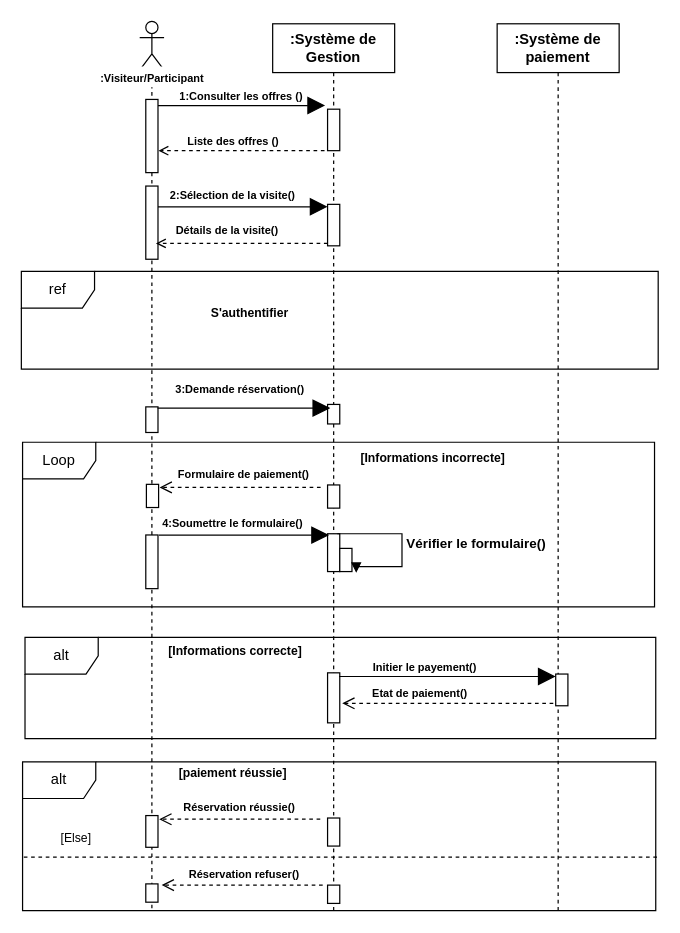
Above: Diagramme sans nom.drawio in louis-fresnel99/TpGasaL1 (draw.io), before the change. Source tidied: cells renumbered, new cells numbered last; positions are measured from the earlier drawing's top-left corner, leaving out a move shared by most shapes. Both pictures are drawn from the tidied source at 122%, with x=0, y=0 at pixel (21, 21).
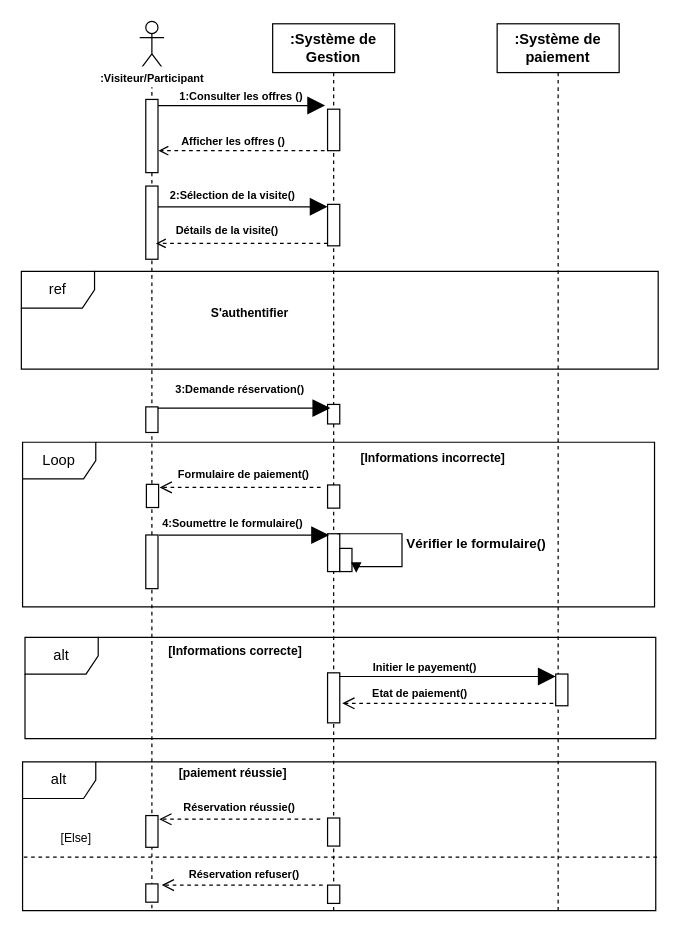
The same diagram, later.

Commit message:
Mettre à jour Diagramme sans nom.drawio

Diff of the diagram source:
```diff
@@
-    <mxCell id="23" value="&lt;font style=&quot;color: light-dark(rgb(0, 0, 0), rgb(0, 0, 0)); font-size: 9px;&quot;&gt;&lt;b style=&quot;&quot;&gt;Liste des offres ()&lt;/b&gt;&lt;/font&gt;" style="text;html=1;align=center;verticalAlign=middle;whiteSpace=wrap;rounded=0;" parent="1" vertex="1">
+    <mxCell id="23" value="&lt;font style=&quot;color: light-dark(rgb(0, 0, 0), rgb(0, 0, 0)); font-size: 9px;&quot;&gt;&lt;b style=&quot;&quot;&gt;Afficher les offres ()&lt;/b&gt;&lt;/font&gt;" style="text;html=1;align=center;verticalAlign=middle;whiteSpace=wrap;rounded=0;" parent="1" vertex="1">
       <mxGeometry x="115" y="87" width="118" height="22" as="geometry" />
     </mxCell>
```
